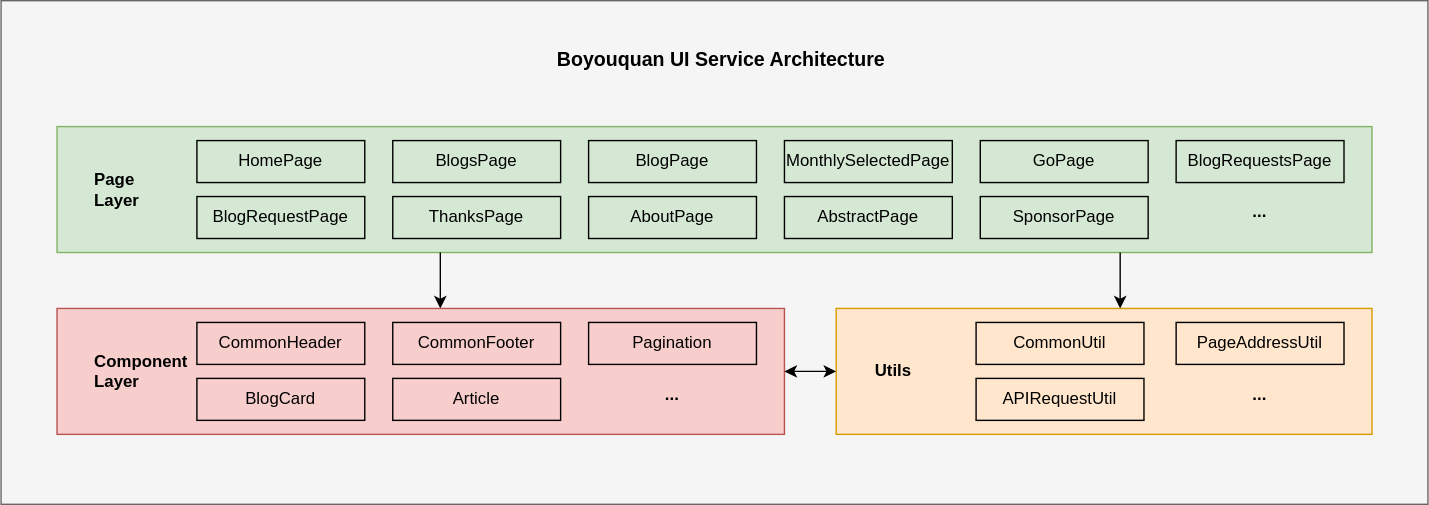
This is static/static/images/uploads/2024/11/boyouquan-frontend-architecture.svg from leileiluoluo/blog, a draw.io export, as it was before one commit. Source tidied: cells renumbered, new cells last; positions are measured from the earlier drawing's top-left corner, leaving out a move shared by most shapes.
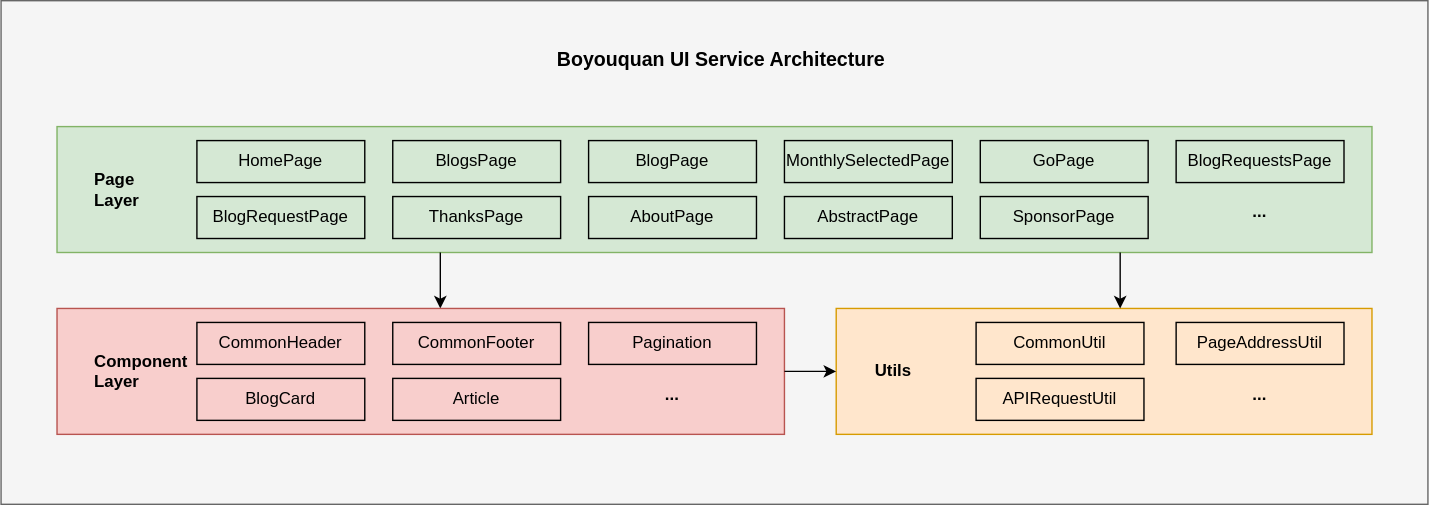
The same diagram one commit later.

Commit message:
boyouquan v2 intro

Change to the diagram source:
```diff
@@ -65,7 +65,7 @@
     <mxCell id="21" value="..." style="text;html=1;align=center;verticalAlign=middle;whiteSpace=wrap;rounded=0;fontStyle=1;" parent="1" vertex="1">
       <mxGeometry x="870" y="267" width="60" height="30" as="geometry" />
     </mxCell>
-    <mxCell id="22" style="endArrow=classic;startArrow=classic;html=1;rounded=0;entryX=0;entryY=0.5;entryDx=0;entryDy=0;exitX=1;exitY=0.5;exitDx=0;exitDy=0;" parent="1" edge="1" source="3" target="15">
+    <mxCell id="22" style="endArrow=classic;startArrow=none;html=1;rounded=0;entryX=0;entryY=0.5;entryDx=0;entryDy=0;exitX=1;exitY=0.5;exitDx=0;exitDy=0;startFill=0;" parent="1" edge="1" source="3" target="15">
       <mxGeometry relative="1" as="geometry" />
     </mxCell>
     <mxCell id="23" value="CommonHeader" style="rounded=0;whiteSpace=wrap;html=1;fillColor=none;" parent="1" vertex="1">
```
